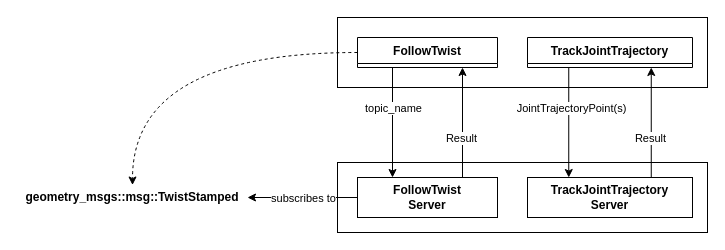
The draw.io diagram page "FollowTwist Client" (3 of 4) of doc/ClassDiagrams.drawio in Woolfrey/client_serial_link, before the edit. Source tidied: cells renumbered, new cells numbered last; positions are measured from the earlier drawing's top-left corner, leaving out a move shared by most shapes. Both pictures are drawn from the tidied source at 100%, with x=0, y=0 at pixel (17, 17).
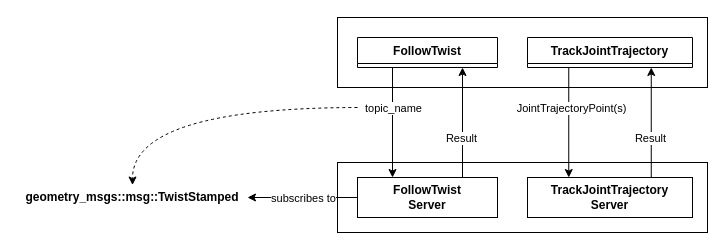
The same page after the edit.

The change refers to these unchanged cells:
```xml
<mxCell id="7" value="FollowTwist" style="swimlane;fontStyle=1;horizontal=1;startSize=26;" parent="1" vertex="1" collapsed="1">
  <mxGeometry x="340" y="20" width="140" height="30" as="geometry" />
</mxCell>
<mxCell id="19" value="geometry_msgs::msg::TwistStamped" style="text;html=1;strokeColor=none;fillColor=none;align=center;verticalAlign=middle;whiteSpace=wrap;rounded=0;fontStyle=1;" parent="1" vertex="1">
  <mxGeometry y="167.5" width="230" height="25" as="geometry" />
</mxCell>
```

What changed in the source:
```diff
@@
-    <mxCell id="6" style="edgeStyle=orthogonalEdgeStyle;rounded=0;jettySize=auto;html=1;curved=1;dashed=1;" parent="1" edge="1" source="7" target="19">
-      <mxGeometry relative="1" as="geometry" />
+    <mxCell id="6" style="edgeStyle=orthogonalEdgeStyle;rounded=0;jettySize=auto;html=1;curved=1;dashed=1;" parent="1" edge="1" target="19">
+      <mxGeometry relative="1" as="geometry">
+        <mxPoint x="340" y="90" as="sourcePoint" />
+      </mxGeometry>
     </mxCell>
```
